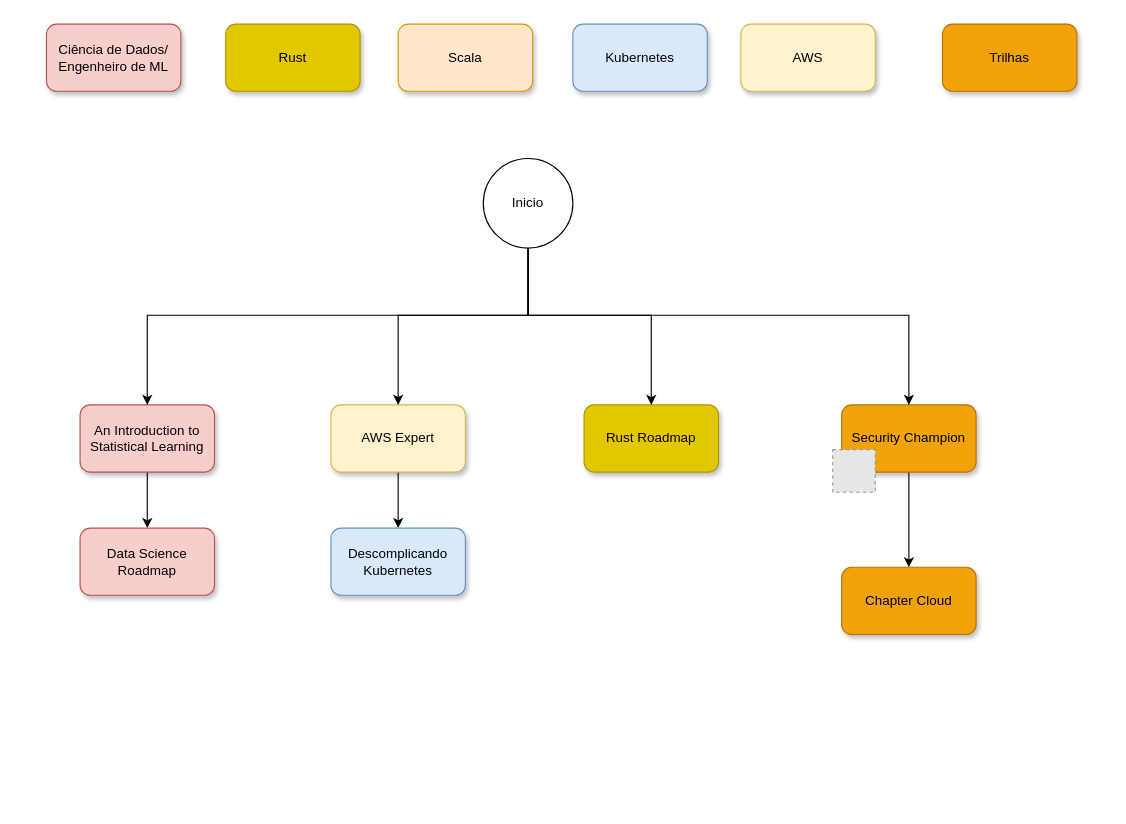
Before: diagrama_estudos_2023_12.drawio in ivtavares/learning_roadmap, a draw.io diagram. Source tidied: cells renumbered, new cells numbered last; positions are measured from the earlier drawing's top-left corner, leaving out a move shared by most shapes. Both pictures are drawn from the tidied source at 112%, with x=0, y=0 at pixel (46, 24). Pictures stored in the file or linked from it are replaced by grey dashed boxes.
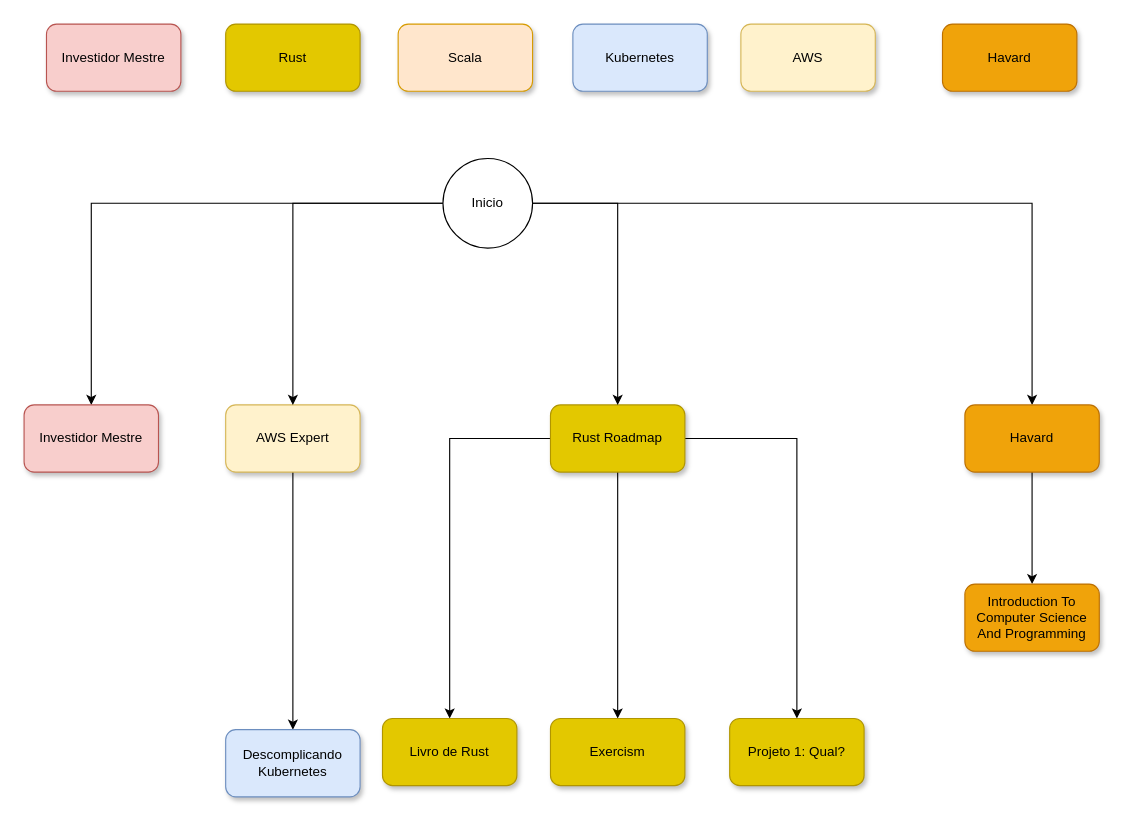
The same page after the edit.

What changed in the source:
```diff
@@
-    <mxCell id="2" value="Ciência de Dados/&lt;br&gt;Engenheiro de ML" style="rounded=1;whiteSpace=wrap;html=1;fillColor=#f8cecc;strokeColor=#b85450;shadow=1;" parent="1" vertex="1">
+    <mxCell id="2" value="Investidor Mestre" style="rounded=1;whiteSpace=wrap;html=1;fillColor=#f8cecc;strokeColor=#b85450;shadow=1;" parent="1" vertex="1">
       <mxGeometry width="120" height="60" as="geometry" />
     </mxCell>
@@
-    <mxCell id="7" style="edgeStyle=orthogonalEdgeStyle;rounded=0;jettySize=auto;html=1;" parent="1" edge="1" source="8" target="9">
-      <mxGeometry relative="1" as="geometry" />
-    </mxCell>
-    <mxCell id="8" value="An Introduction to Statistical Learning" style="rounded=1;whiteSpace=wrap;html=1;fillColor=#f8cecc;strokeColor=#b85450;shadow=1;" parent="1" vertex="1">
-      <mxGeometry x="30" y="340" width="120" height="60" as="geometry" />
-    </mxCell>
-    <mxCell id="9" value="Data Science Roadmap" style="rounded=1;whiteSpace=wrap;html=1;fillColor=#f8cecc;strokeColor=#b85450;shadow=1;" parent="1" vertex="1">
-      <mxGeometry x="30" y="450" width="120" height="60" as="geometry" />
-    </mxCell>
@@
     <mxCell id="11" value="AWS Expert" style="rounded=1;whiteSpace=wrap;html=1;fillColor=#fff2cc;strokeColor=#d6b656;shadow=1;" parent="1" vertex="1">
-      <mxGeometry x="254" y="340" width="120" height="60" as="geometry" />
+      <mxGeometry x="160" y="340" width="120" height="60" as="geometry" />
     </mxCell>
     <mxCell id="12" value="Descomplicando Kubernetes" style="rounded=1;whiteSpace=wrap;html=1;fillColor=#dae8fc;strokeColor=#6c8ebf;shadow=1;" parent="1" vertex="1">
-      <mxGeometry x="254" y="450" width="120" height="60" as="geometry" />
+      <mxGeometry x="160" y="630" width="120" height="60" as="geometry" />
     </mxCell>
+    <mxCell id="24" style="edgeStyle=orthogonalEdgeStyle;rounded=0;jettySize=auto;html=1;" parent="1" edge="1" source="13" target="29">
+      <mxGeometry relative="1" as="geometry" />
+    </mxCell>
+    <mxCell id="25" style="edgeStyle=orthogonalEdgeStyle;rounded=0;jettySize=auto;html=1;" parent="1" edge="1" source="13" target="30">
+      <mxGeometry relative="1" as="geometry" />
+    </mxCell>
+    <mxCell id="26" style="edgeStyle=orthogonalEdgeStyle;rounded=0;jettySize=auto;html=1;" parent="1" edge="1" source="13" target="31">
+      <mxGeometry relative="1" as="geometry" />
+    </mxCell>
     <mxCell id="13" value="Rust Roadmap" style="rounded=1;whiteSpace=wrap;html=1;fillColor=#e3c800;strokeColor=#B09500;shadow=1;fontColor=#000000;" parent="1" vertex="1">
-      <mxGeometry x="480" y="340" width="120" height="60" as="geometry" />
+      <mxGeometry x="450" y="340" width="120" height="60" as="geometry" />
     </mxCell>
-    <mxCell id="14" value="Trilhas" style="rounded=1;whiteSpace=wrap;html=1;fillColor=#f0a30a;strokeColor=#BD7000;shadow=1;fontColor=#000000;" parent="1" vertex="1">
+    <mxCell id="14" value="Havard" style="rounded=1;whiteSpace=wrap;html=1;fillColor=#f0a30a;strokeColor=#BD7000;shadow=1;fontColor=#000000;" parent="1" vertex="1">
       <mxGeometry x="800" width="120" height="60" as="geometry" />
     </mxCell>
-    <mxCell id="15" style="edgeStyle=orthogonalEdgeStyle;rounded=0;jettySize=auto;html=1;" parent="1" edge="1" source="16" target="23">
-      <mxGeometry relative="1" as="geometry" />
-    </mxCell>
-    <mxCell id="16" value="Security Champion" style="rounded=1;whiteSpace=wrap;html=1;fillColor=#f0a30a;strokeColor=#BD7000;shadow=1;fontColor=#000000;" parent="1" vertex="1">
-      <mxGeometry x="710" y="340" width="120" height="60" as="geometry" />
-    </mxCell>
-    <mxCell id="17" style="edgeStyle=orthogonalEdgeStyle;rounded=0;jettySize=auto;html=1;entryX=0.5;entryY=0;entryDx=0;entryDy=0;" parent="1" edge="1" source="21" target="8">
-      <mxGeometry relative="1" as="geometry">
-        <Array as="points">
-          <mxPoint x="430" y="260" />
-          <mxPoint x="90" y="260" />
-        </Array>
-      </mxGeometry>
-    </mxCell>
+    <mxCell id="19" style="edgeStyle=orthogonalEdgeStyle;rounded=0;jettySize=auto;html=1;" parent="1" edge="1" source="21" target="13">
+      <mxGeometry relative="1" as="geometry" />
+    </mxCell>
     <mxCell id="18" style="edgeStyle=orthogonalEdgeStyle;rounded=0;jettySize=auto;html=1;" parent="1" edge="1" source="21" target="11">
-      <mxGeometry relative="1" as="geometry">
-        <Array as="points">
-          <mxPoint x="430" y="260" />
-          <mxPoint x="314" y="260" />
-        </Array>
-      </mxGeometry>
+      <mxGeometry relative="1" as="geometry" />
     </mxCell>
-    <mxCell id="19" style="edgeStyle=orthogonalEdgeStyle;rounded=0;jettySize=auto;html=1;" parent="1" edge="1" source="21" target="13">
-      <mxGeometry relative="1" as="geometry">
-        <Array as="points">
-          <mxPoint x="430" y="260" />
-          <mxPoint x="540" y="260" />
-        </Array>
-      </mxGeometry>
-    </mxCell>
-    <mxCell id="20" style="edgeStyle=orthogonalEdgeStyle;rounded=0;jettySize=auto;html=1;" parent="1" edge="1" source="21" target="16">
-      <mxGeometry relative="1" as="geometry">
-        <Array as="points">
-          <mxPoint x="430" y="260" />
-          <mxPoint x="770" y="260" />
-        </Array>
-      </mxGeometry>
-    </mxCell>
+    <mxCell id="27" style="edgeStyle=orthogonalEdgeStyle;rounded=0;jettySize=auto;html=1;" parent="1" edge="1" source="21" target="32">
+      <mxGeometry relative="1" as="geometry" />
+    </mxCell>
+    <mxCell id="28" style="edgeStyle=orthogonalEdgeStyle;rounded=0;jettySize=auto;html=1;" parent="1" edge="1" source="21" target="34">
+      <mxGeometry relative="1" as="geometry" />
+    </mxCell>
     <mxCell id="21" value="Inicio" style="ellipse;whiteSpace=wrap;html=1;" parent="1" vertex="1">
-      <mxGeometry x="390" y="120" width="80" height="80" as="geometry" />
+      <mxGeometry x="354" y="120" width="80" height="80" as="geometry" />
     </mxCell>
-    <mxCell id="22" style="fillColor=#E6E6E6;strokeColor=#999999;dashed=1;html=1;verticalAlign=top;verticalLabelPosition=bottom;labelBackgroundColor=#ffffff;" parent="1" vertex="1">
-      <mxGeometry x="702" y="380" width="38" height="38" as="geometry" />
-    </mxCell>
-    <mxCell id="23" value="Chapter Cloud" style="rounded=1;whiteSpace=wrap;html=1;fillColor=#f0a30a;strokeColor=#BD7000;shadow=1;fontColor=#000000;" parent="1" vertex="1">
-      <mxGeometry x="710" y="485" width="120" height="60" as="geometry" />
-    </mxCell>
+    <mxCell id="29" value="Livro de Rust" style="rounded=1;whiteSpace=wrap;html=1;fillColor=#e3c800;strokeColor=#B09500;shadow=1;fontColor=#000000;" parent="1" vertex="1">
+      <mxGeometry x="300" y="620" width="120" height="60" as="geometry" />
+    </mxCell>
+    <mxCell id="30" value="Exercism" style="rounded=1;whiteSpace=wrap;html=1;fillColor=#e3c800;strokeColor=#B09500;shadow=1;fontColor=#000000;" parent="1" vertex="1">
+      <mxGeometry x="450" y="620" width="120" height="60" as="geometry" />
+    </mxCell>
+    <mxCell id="31" value="Projeto 1: Qual?" style="rounded=1;whiteSpace=wrap;html=1;fillColor=#e3c800;strokeColor=#B09500;shadow=1;fontColor=#000000;" parent="1" vertex="1">
+      <mxGeometry x="610" y="620" width="120" height="60" as="geometry" />
+    </mxCell>
+    <mxCell id="32" value="Investidor Mestre" style="rounded=1;whiteSpace=wrap;html=1;fillColor=#f8cecc;strokeColor=#b85450;shadow=1;" parent="1" vertex="1">
+      <mxGeometry x="-20" y="340" width="120" height="60" as="geometry" />
+    </mxCell>
+    <mxCell id="33" style="edgeStyle=orthogonalEdgeStyle;rounded=0;jettySize=auto;html=1;" parent="1" edge="1" source="34" target="35">
+      <mxGeometry relative="1" as="geometry" />
+    </mxCell>
+    <mxCell id="34" value="Havard" style="rounded=1;whiteSpace=wrap;html=1;fillColor=#f0a30a;strokeColor=#BD7000;shadow=1;fontColor=#000000;" parent="1" vertex="1">
+      <mxGeometry x="820" y="340" width="120" height="60" as="geometry" />
+    </mxCell>
+    <mxCell id="35" value="Introduction To Computer Science And Programming" style="rounded=1;whiteSpace=wrap;html=1;fillColor=#f0a30a;strokeColor=#BD7000;shadow=1;fontColor=#000000;" parent="1" vertex="1">
+      <mxGeometry x="820" y="500" width="120" height="60" as="geometry" />
+    </mxCell>
```
